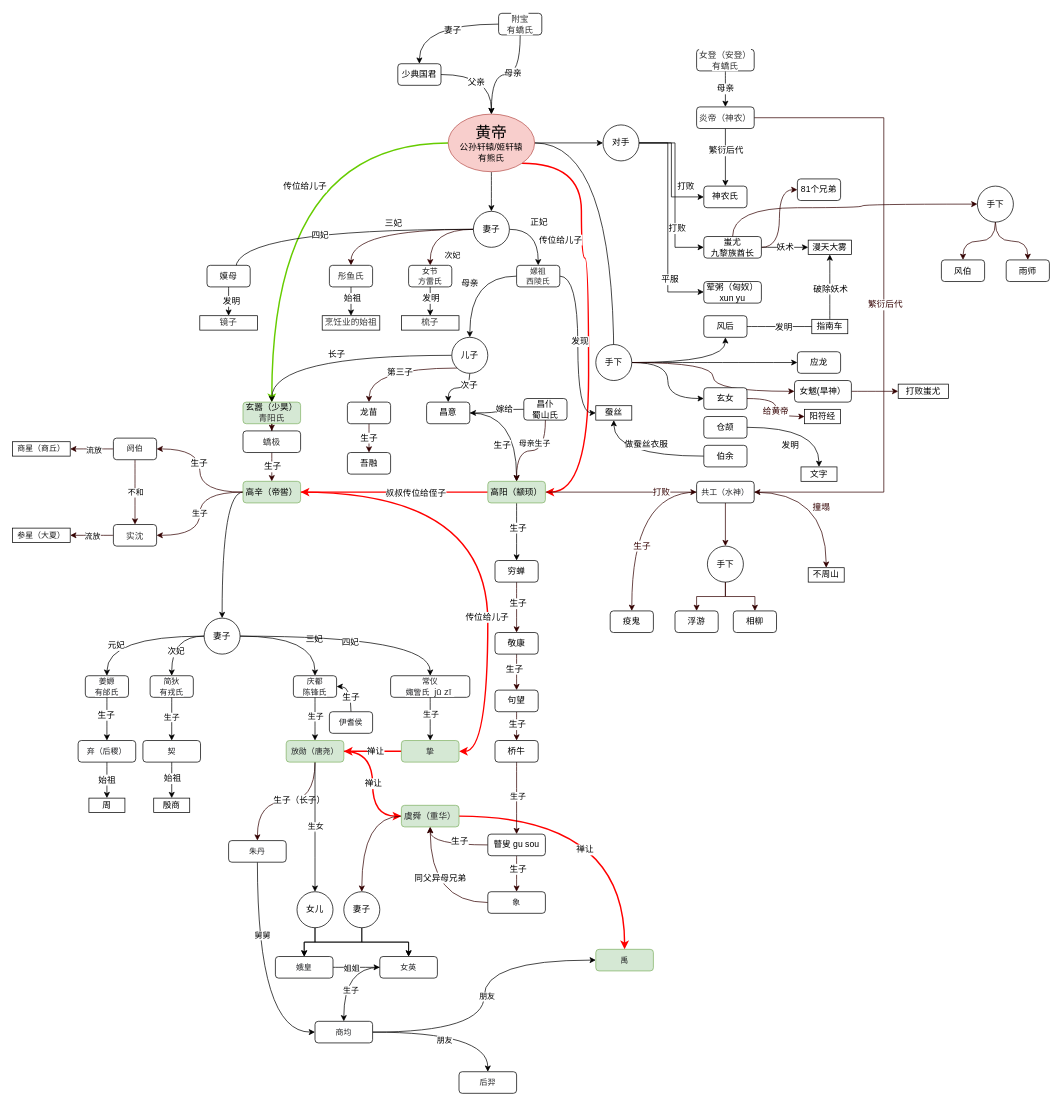
Earlier version of the draw.io diagram page "黄帝" (1 of 4) of 黄帝.drawio (littlebeer/drawio). Source tidied: cells renumbered, new cells numbered last; positions are measured from the earlier drawing's top-left corner, leaving out a move shared by most shapes. Both pictures are drawn from the tidied source at 72%, with x=0, y=0 at pixel (12, 13).
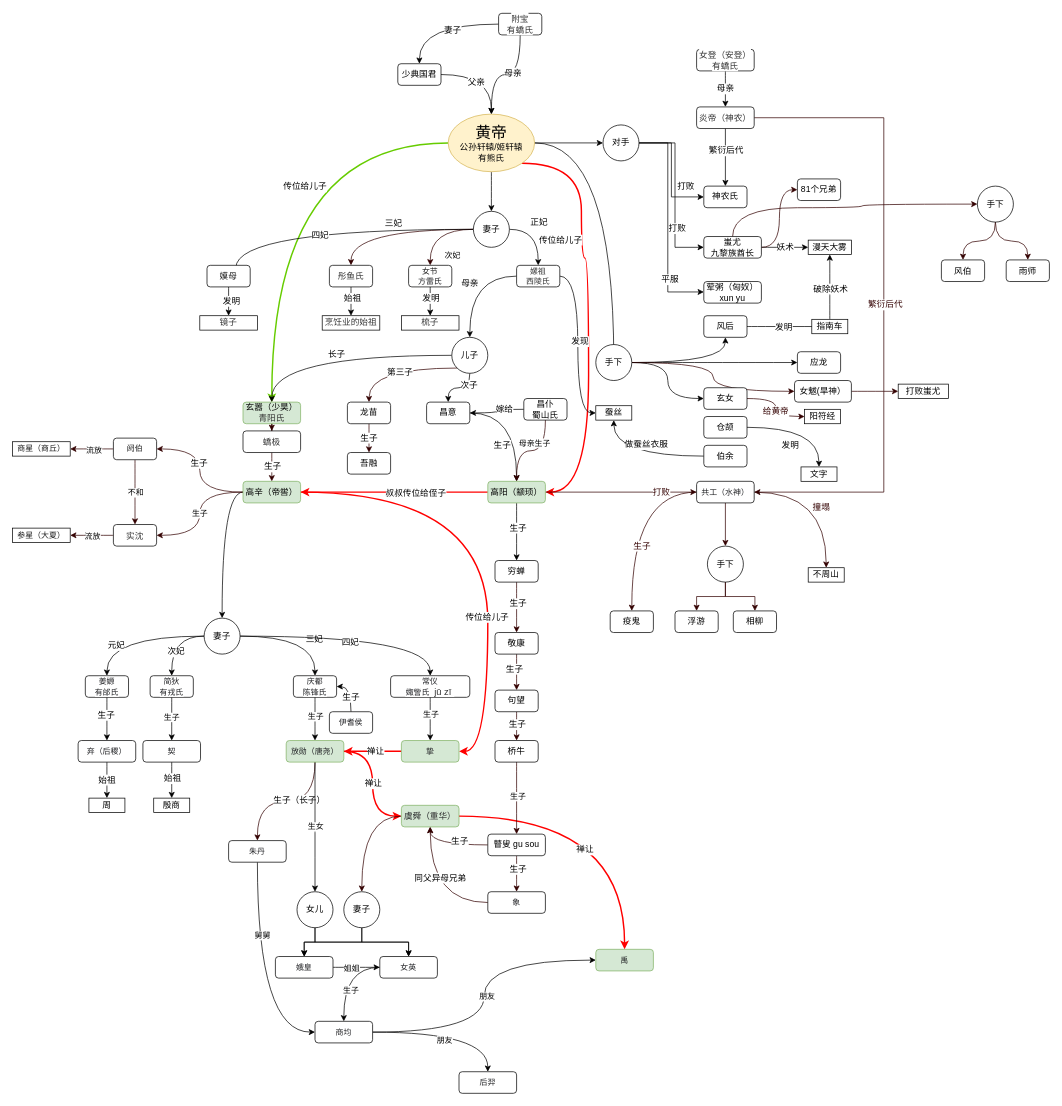
The same diagram, later.

What changed in the source:
```diff
@@
-    <mxCell id="11" value="&lt;font style=&quot;font-size: 22px&quot;&gt;黄帝&lt;/font&gt;&lt;br&gt;公孙轩辕/姬轩辕&lt;br&gt;有熊氏" style="ellipse;whiteSpace=wrap;html=1;fillColor=#f8cecc;strokeColor=#b85450;" parent="1" vertex="1">
+    <mxCell id="11" value="&lt;font style=&quot;font-size: 22px&quot;&gt;黄帝&lt;/font&gt;&lt;br&gt;公孙轩辕/姬轩辕&lt;br&gt;有熊氏" style="ellipse;whiteSpace=wrap;html=1;fillColor=#fff2cc;strokeColor=#d6b656;" parent="1" vertex="1">
       <mxGeometry x="605" y="140" width="120" height="80" as="geometry" />
     </mxCell>
```
